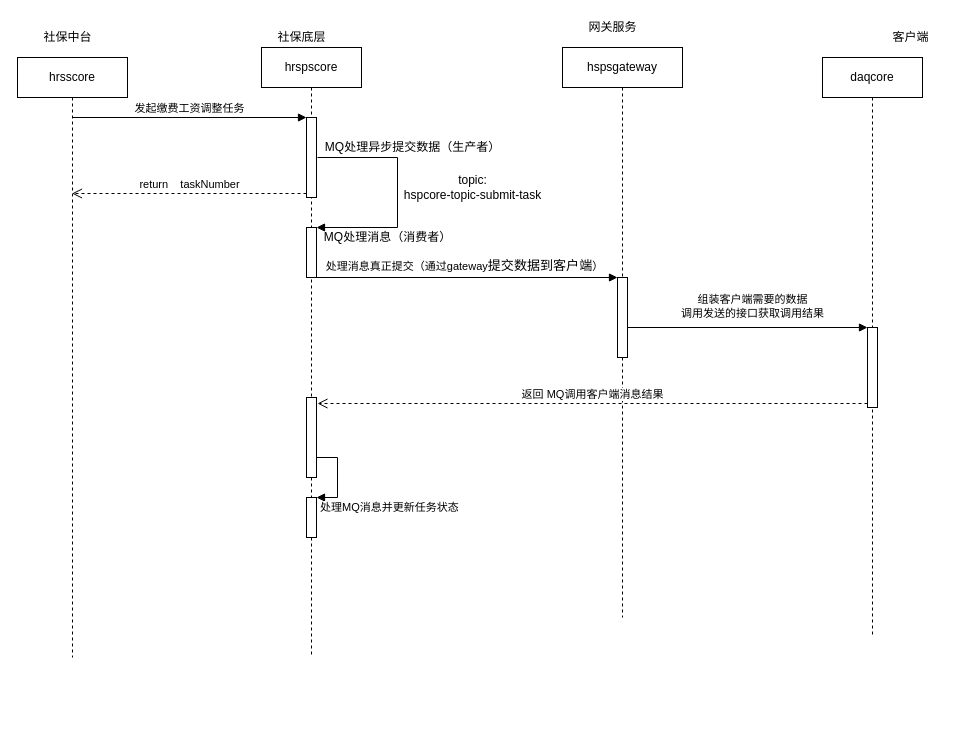
Earlier version of the draw.io diagram 【深圳】-缴费工资调整.drawio (YYB1024/myRemoteRepo). Source tidied: cells renumbered, new cells numbered last; positions are measured from the earlier drawing's top-left corner, leaving out a move shared by most shapes. Both pictures are drawn from the tidied source at 100%, with x=0, y=0 at pixel (17, 17).
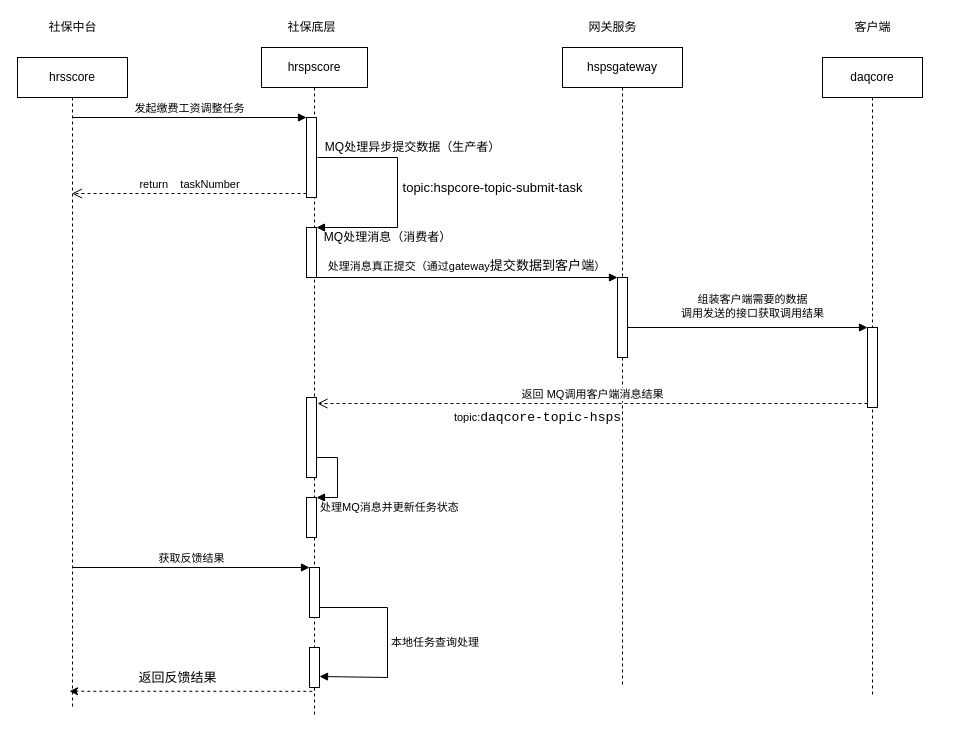
Above is the later version.

Commit message:
更新【深圳】-缴费工资调整.drawio

Diff of the diagram source:
```diff
@@
     <mxCell id="2" value="hrsscore" style="shape=umlLifeline;perimeter=lifelinePerimeter;whiteSpace=wrap;html=1;outlineConnect=0;" parent="1" vertex="1">
-      <mxGeometry y="40" width="110" height="600" as="geometry" />
+      <mxGeometry y="40" width="110" height="650" as="geometry" />
     </mxCell>
     <mxCell id="3" value="社保中台" style="text;html=1;align=center;verticalAlign=middle;strokeColor=none;fillColor=none;" parent="1" vertex="1">
-      <mxGeometry x="20" y="10" width="60" height="20" as="geometry" />
+      <mxGeometry x="25" width="60" height="20" as="geometry" />
     </mxCell>
     <mxCell id="4" value="hrspscore" style="shape=umlLifeline;perimeter=lifelinePerimeter;whiteSpace=wrap;html=1;outlineConnect=0;" parent="1" vertex="1">
-      <mxGeometry x="244" y="30" width="100" height="610" as="geometry" />
+      <mxGeometry x="244" y="30" width="106" height="670" as="geometry" />
     </mxCell>
@@
+    <mxCell id="27" style="html=1;points=[];perimeter=orthogonalPerimeter;fontSize=11;fontColor=#000000;" parent="4" vertex="1">
+      <mxGeometry x="48" y="520" width="10" height="50" as="geometry" />
+    </mxCell>
+    <mxCell id="28" style="html=1;points=[];perimeter=orthogonalPerimeter;fontSize=11;fontColor=#000000;" parent="4" vertex="1">
+      <mxGeometry x="48" y="600" width="10" height="40" as="geometry" />
+    </mxCell>
+    <mxCell id="29" value="本地任务查询处理" style="edgeStyle=orthogonalEdgeStyle;html=1;align=left;spacingLeft=2;endArrow=block;rounded=0;labelBackgroundColor=#FFFFFF;fontSize=11;fontColor=#000000;entryX=1;entryY=0.725;entryDx=0;entryDy=0;entryPerimeter=0;" parent="4" edge="1" source="27" target="28">
+      <mxGeometry relative="1" as="geometry">
+        <Array as="points">
+          <mxPoint x="126" y="560" />
+          <mxPoint x="126" y="630" />
+        </Array>
+      </mxGeometry>
+    </mxCell>
     <mxCell id="11" value="社保底层" style="text;html=1;align=center;verticalAlign=middle;strokeColor=none;fillColor=none;" parent="1" vertex="1">
-      <mxGeometry x="254" y="10" width="60" height="20" as="geometry" />
+      <mxGeometry x="264" width="60" height="20" as="geometry" />
     </mxCell>
     <mxCell id="12" value="hspsgateway" style="shape=umlLifeline;perimeter=lifelinePerimeter;whiteSpace=wrap;html=1;" parent="1" vertex="1">
-      <mxGeometry x="545" y="30" width="120" height="570" as="geometry" />
+      <mxGeometry x="545" y="30" width="120" height="640" as="geometry" />
     </mxCell>
@@
     <mxCell id="14" value="daqcore" style="shape=umlLifeline;perimeter=lifelinePerimeter;whiteSpace=wrap;html=1;" parent="1" vertex="1">
-      <mxGeometry x="805" y="40" width="100" height="580" as="geometry" />
+      <mxGeometry x="805" y="40" width="100" height="640" as="geometry" />
     </mxCell>
@@
     <mxCell id="16" value="客户端" style="text;html=1;align=center;verticalAlign=middle;strokeColor=none;fillColor=none;" parent="1" vertex="1">
-      <mxGeometry x="868" y="10" width="50" height="20" as="geometry" />
+      <mxGeometry x="830" width="50" height="20" as="geometry" />
     </mxCell>
@@
-    <mxCell id="21" value="topic:&lt;br&gt;hspcore-topic-submit-task" style="text;html=1;align=center;verticalAlign=middle;strokeColor=none;fillColor=none;" parent="1" vertex="1">
-      <mxGeometry x="380" y="155" width="150" height="30" as="geometry" />
+    <mxCell id="21" value="&lt;font style=&quot;font-size: 13px&quot;&gt;topic:hspcore-topic-submit-task&lt;/font&gt;" style="text;html=1;align=center;verticalAlign=middle;strokeColor=none;fillColor=none;" parent="1" vertex="1">
+      <mxGeometry x="375" y="160" width="200" height="20" as="geometry" />
     </mxCell>
@@
+    <mxCell id="30" value="获取反馈结果" style="html=1;verticalAlign=bottom;endArrow=block;entryX=0;entryY=0;rounded=0;labelBackgroundColor=#FFFFFF;fontSize=11;fontColor=#000000;" parent="1" edge="1" source="2" target="27">
+      <mxGeometry relative="1" as="geometry" />
+    </mxCell>
+    <mxCell id="31" style="edgeStyle=orthogonalEdgeStyle;rounded=0;jettySize=auto;html=1;entryX=0.473;entryY=0.975;entryDx=0;entryDy=0;entryPerimeter=0;labelBackgroundColor=#FFFFFF;fontSize=11;fontColor=#000000;dashed=1;" parent="1" edge="1" source="28" target="2">
+      <mxGeometry relative="1" as="geometry">
+        <Array as="points">
+          <mxPoint x="297" y="674" />
+        </Array>
+      </mxGeometry>
+    </mxCell>
+    <mxCell id="32" value="&lt;span style=&quot;background-color: rgb(255 , 255 , 255)&quot;&gt;topic:&lt;span style=&quot;font-family: &amp;#34;jetbrains mono&amp;#34; , monospace ; font-size: 9.8pt&quot;&gt;daqcore-topic-hsps&lt;/span&gt;&lt;/span&gt;" style="text;html=1;align=center;verticalAlign=middle;strokeColor=none;fillColor=none;fontSize=11;fontColor=#000000;" parent="1" vertex="1">
+      <mxGeometry x="425" y="390" width="190" height="20" as="geometry" />
+    </mxCell>
+    <mxCell id="33" value="返回反馈结果" style="text;html=1;align=center;verticalAlign=middle;strokeColor=none;fillColor=none;fontSize=13;fontColor=#000000;" parent="1" vertex="1">
+      <mxGeometry x="115" y="650" width="90" height="20" as="geometry" />
+    </mxCell>
```
